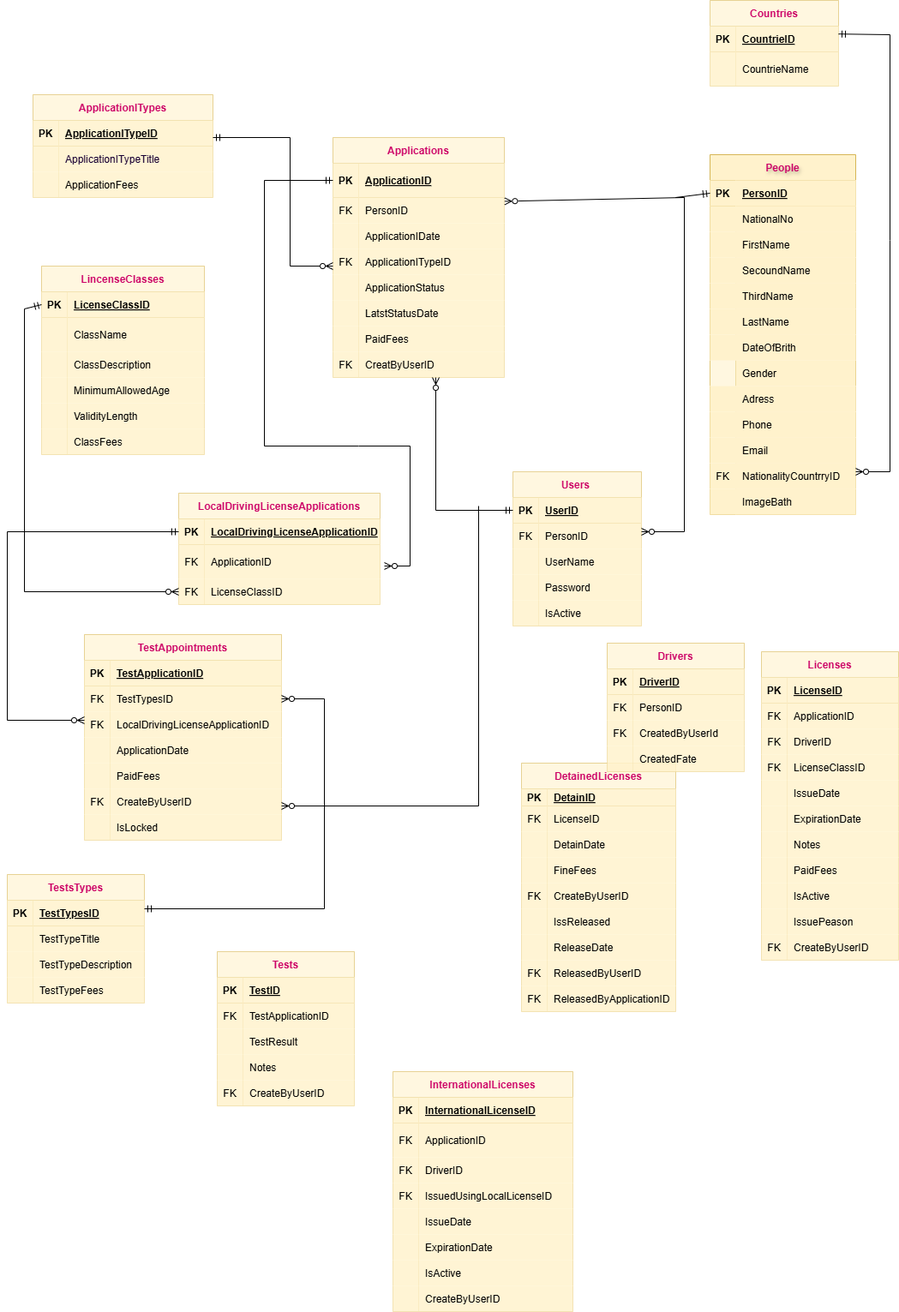
Before: Untitled Diagram.drawio.png, a diagram exported from draw.io (azizadiab/Driving-License-Department). Source tidied: cells renumbered, new cells last; positions are measured from the earlier drawing's top-left corner, leaving out a move shared by most shapes.
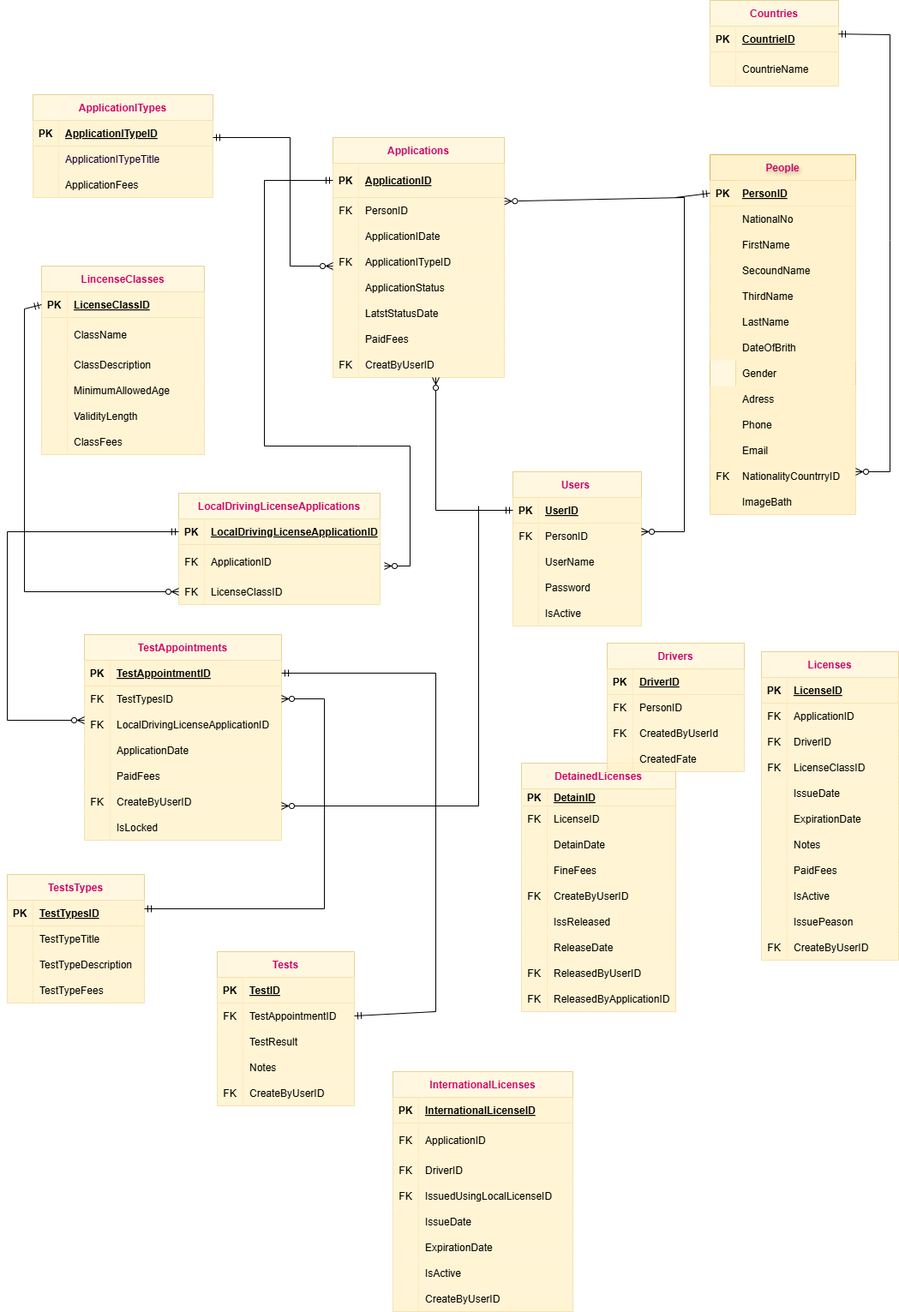
After the commit.

Diff of the diagram source:
```diff
@@ -323,7 +323,7 @@
     <mxCell id="108" value="PK" style="shape=partialRectangle;overflow=hidden;fillColor=#fff2cc;top=0;left=0;bottom=0;right=0;fontStyle=1;opacity=60;strokeColor=#d6b656;" parent="107" vertex="1">
       <mxGeometry width="30" height="30" as="geometry" />
     </mxCell>
-    <mxCell id="109" value="TestApplicationID" style="shape=partialRectangle;overflow=hidden;fillColor=#fff2cc;top=0;left=0;bottom=0;right=0;align=left;spacingLeft=6;fontStyle=5;opacity=60;strokeColor=#d6b656;" parent="107" vertex="1">
+    <mxCell id="109" value="TestAppointmentID" style="shape=partialRectangle;overflow=hidden;fillColor=#fff2cc;top=0;left=0;bottom=0;right=0;align=left;spacingLeft=6;fontStyle=5;opacity=60;strokeColor=#d6b656;" parent="107" vertex="1">
       <mxGeometry x="30" width="200" height="30" as="geometry" />
     </mxCell>
     <mxCell id="110" style="shape=partialRectangle;fillColor=#fff2cc;points=[[0,0.5],[1,0.5]];portConstraint=eastwest;top=0;left=0;right=0;bottom=0;opacity=60;strokeColor=#d6b656;" parent="106" vertex="1">
@@ -785,7 +785,7 @@
     <mxCell id="262" value="FK" style="shape=partialRectangle;overflow=hidden;fillColor=#fff2cc;top=0;left=0;bottom=0;right=0;opacity=60;strokeColor=#d6b656;" parent="261" vertex="1">
       <mxGeometry width="30" height="30" as="geometry" />
     </mxCell>
-    <mxCell id="263" value="TestApplicationID" style="shape=partialRectangle;overflow=hidden;fillColor=#fff2cc;top=0;left=0;bottom=0;right=0;align=left;spacingLeft=6;opacity=60;strokeColor=#d6b656;" parent="261" vertex="1">
+    <mxCell id="263" value="TestAppointmentID" style="shape=partialRectangle;overflow=hidden;fillColor=#fff2cc;top=0;left=0;bottom=0;right=0;align=left;spacingLeft=6;opacity=60;strokeColor=#d6b656;" parent="261" vertex="1">
       <mxGeometry x="30" width="130" height="30" as="geometry" />
     </mxCell>
     <mxCell id="264" style="shape=partialRectangle;fillColor=#fff2cc;top=0;left=0;right=0;bottom=0;opacity=60;strokeColor=#d6b656;" parent="257" vertex="1">
@@ -926,5 +926,13 @@
         </Array>
       </mxGeometry>
     </mxCell>
+    <mxCell id="290" style="endArrow=ERmandOne;html=1;rounded=0;startArrow=ERmandOne;startFill=0;endFill=0;exitX=1;exitY=0.5;exitDx=0;exitDy=0;" parent="1" edge="1" source="261" target="107">
+      <mxGeometry relative="1" as="geometry">
+        <Array as="points">
+          <mxPoint x="500" y="1180" />
+          <mxPoint x="500" y="785" />
+        </Array>
+      </mxGeometry>
+    </mxCell>
   </root>
 </mxGraphModel>
```
